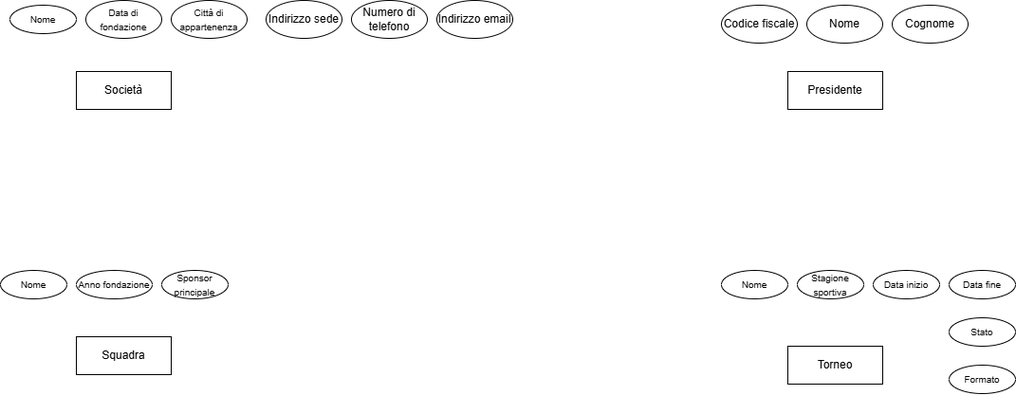
The draw.io diagram Schema E-R.drawio.png in enry04/Progetto_DB_Visentin_Enrico, before a commit. Source tidied: cells renumbered, new cells last; positions are measured from the earlier drawing's top-left corner, leaving out a move shared by most shapes.
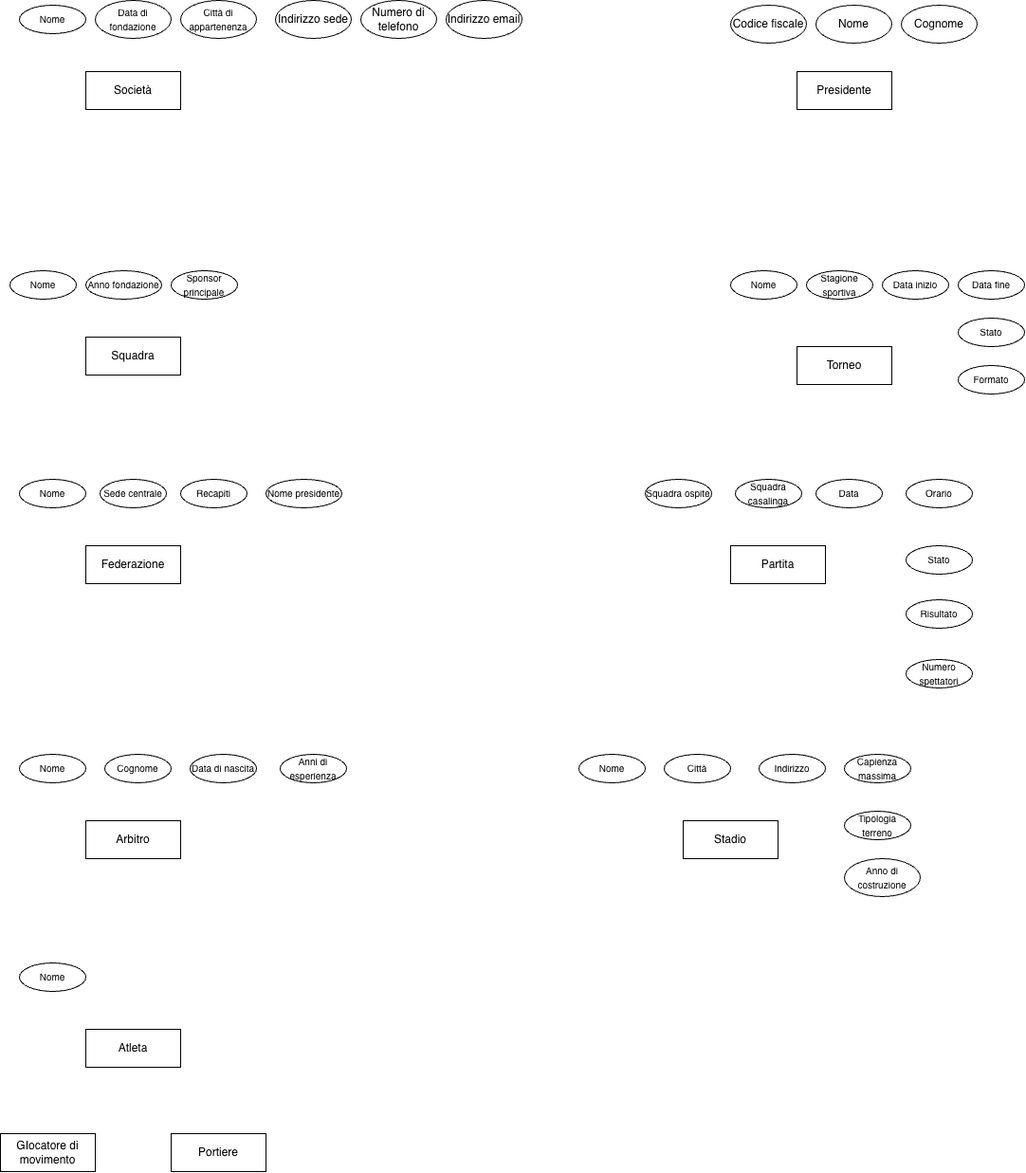
Above is the later version.

The edit, as a diff of the source:
```diff
@@ -68,5 +68,92 @@
     <mxCell id="23" value="&lt;font style=&quot;font-size: 10px;&quot;&gt;Formato&lt;/font&gt;" style="ellipse;whiteSpace=wrap;html=1;align=center;" parent="1" vertex="1">
       <mxGeometry x="1000" y="385" width="70" height="30" as="geometry" />
     </mxCell>
+    <mxCell id="24" value="Federazione" style="whiteSpace=wrap;html=1;align=center;" parent="1" vertex="1">
+      <mxGeometry x="80" y="575" width="100" height="40" as="geometry" />
+    </mxCell>
+    <mxCell id="25" value="&lt;font style=&quot;font-size: 10px;&quot;&gt;Nome&lt;/font&gt;" style="ellipse;whiteSpace=wrap;html=1;align=center;" parent="1" vertex="1">
+      <mxGeometry x="10" y="505" width="70" height="30" as="geometry" />
+    </mxCell>
+    <mxCell id="26" value="&lt;font style=&quot;font-size: 10px;&quot;&gt;Sede centrale&lt;/font&gt;&lt;span style=&quot;color: rgba(0, 0, 0, 0); font-family: monospace; font-size: 0px; text-align: start; white-space: nowrap;&quot;&gt;%3CmxGraphModel%3E%3Croot%3E%3CmxCell%20id%3D%220%22%2F%3E%3CmxCell%20id%3D%221%22%20parent%3D%220%22%2F%3E%3CmxCell%20id%3D%222%22%20parent%3D%221%22%20style%3D%22ellipse%3BwhiteSpace%3Dwrap%3Bhtml%3D1%3Balign%3Dcenter%3B%22%20value%3D%22%26lt%3Bfont%20style%3D%26quot%3Bfont-size%3A%2010px%3B%26quot%3B%26gt%3BNome%26lt%3B%2Ffont%26gt%3B%22%20vertex%3D%221%22%3E%3CmxGeometry%20height%3D%2230%22%20width%3D%2270%22%20x%3D%2230%22%20y%3D%22450%22%20as%3D%22geometry%22%2F%3E%3C%2FmxCell%3E%3C%2Froot%3E%3C%2FmxGraphModel%3E&lt;/span&gt;" style="ellipse;whiteSpace=wrap;html=1;align=center;" parent="1" vertex="1">
+      <mxGeometry x="95" y="505" width="70" height="30" as="geometry" />
+    </mxCell>
+    <mxCell id="27" value="&lt;font style=&quot;font-size: 10px;&quot;&gt;Recapiti&lt;/font&gt;" style="ellipse;whiteSpace=wrap;html=1;align=center;" parent="1" vertex="1">
+      <mxGeometry x="180" y="505" width="70" height="30" as="geometry" />
+    </mxCell>
+    <mxCell id="28" value="&lt;span style=&quot;font-size: 10px;&quot;&gt;Nome presidente&lt;/span&gt;" style="ellipse;whiteSpace=wrap;html=1;align=center;" parent="1" vertex="1">
+      <mxGeometry x="270" y="505" width="80" height="30" as="geometry" />
+    </mxCell>
+    <mxCell id="29" value="Partita" style="whiteSpace=wrap;html=1;align=center;" parent="1" vertex="1">
+      <mxGeometry x="760" y="575" width="100" height="40" as="geometry" />
+    </mxCell>
+    <mxCell id="30" value="&lt;font style=&quot;font-size: 10px;&quot;&gt;Squadra ospite&lt;/font&gt;" style="ellipse;whiteSpace=wrap;html=1;align=center;" parent="1" vertex="1">
+      <mxGeometry x="670" y="505" width="70" height="30" as="geometry" />
+    </mxCell>
+    <mxCell id="31" value="&lt;font style=&quot;font-size: 10px;&quot;&gt;Squadra casalinga&lt;/font&gt;" style="ellipse;whiteSpace=wrap;html=1;align=center;" parent="1" vertex="1">
+      <mxGeometry x="765" y="505" width="70" height="30" as="geometry" />
+    </mxCell>
+    <mxCell id="32" value="Arbitro" style="whiteSpace=wrap;html=1;align=center;" parent="1" vertex="1">
+      <mxGeometry x="80" y="865" width="100" height="40" as="geometry" />
+    </mxCell>
+    <mxCell id="33" value="&lt;font style=&quot;font-size: 10px;&quot;&gt;Nome&lt;/font&gt;" style="ellipse;whiteSpace=wrap;html=1;align=center;" parent="1" vertex="1">
+      <mxGeometry x="10" y="795" width="70" height="30" as="geometry" />
+    </mxCell>
+    <mxCell id="34" value="&lt;font style=&quot;font-size: 10px;&quot;&gt;Data&lt;/font&gt;" style="ellipse;whiteSpace=wrap;html=1;align=center;" parent="1" vertex="1">
+      <mxGeometry x="850" y="505" width="70" height="30" as="geometry" />
+    </mxCell>
+    <mxCell id="35" value="&lt;font style=&quot;font-size: 10px;&quot;&gt;Orario&lt;/font&gt;" style="ellipse;whiteSpace=wrap;html=1;align=center;" parent="1" vertex="1">
+      <mxGeometry x="945" y="505" width="70" height="30" as="geometry" />
+    </mxCell>
+    <mxCell id="36" value="&lt;font style=&quot;font-size: 10px;&quot;&gt;Stato&lt;/font&gt;" style="ellipse;whiteSpace=wrap;html=1;align=center;" parent="1" vertex="1">
+      <mxGeometry x="945" y="575" width="70" height="30" as="geometry" />
+    </mxCell>
+    <mxCell id="37" value="&lt;font style=&quot;font-size: 10px;&quot;&gt;Risultato&lt;/font&gt;" style="ellipse;whiteSpace=wrap;html=1;align=center;" parent="1" vertex="1">
+      <mxGeometry x="945" y="632" width="70" height="30" as="geometry" />
+    </mxCell>
+    <mxCell id="38" value="&lt;font style=&quot;font-size: 10px;&quot;&gt;Numero spettatori&lt;/font&gt;" style="ellipse;whiteSpace=wrap;html=1;align=center;" parent="1" vertex="1">
+      <mxGeometry x="945" y="695" width="70" height="30" as="geometry" />
+    </mxCell>
+    <mxCell id="39" value="&lt;font style=&quot;font-size: 10px;&quot;&gt;Cognome&lt;/font&gt;" style="ellipse;whiteSpace=wrap;html=1;align=center;" parent="1" vertex="1">
+      <mxGeometry x="100" y="795" width="70" height="30" as="geometry" />
+    </mxCell>
+    <mxCell id="40" value="&lt;font style=&quot;font-size: 10px;&quot;&gt;Data di nascita&lt;/font&gt;" style="ellipse;whiteSpace=wrap;html=1;align=center;" parent="1" vertex="1">
+      <mxGeometry x="190" y="795" width="70" height="30" as="geometry" />
+    </mxCell>
+    <mxCell id="41" value="&lt;font style=&quot;font-size: 10px;&quot;&gt;Anni di esperienza&lt;/font&gt;" style="ellipse;whiteSpace=wrap;html=1;align=center;" parent="1" vertex="1">
+      <mxGeometry x="285" y="795" width="70" height="30" as="geometry" />
+    </mxCell>
+    <mxCell id="42" value="Stadio" style="whiteSpace=wrap;html=1;align=center;" parent="1" vertex="1">
+      <mxGeometry x="710" y="865" width="100" height="40" as="geometry" />
+    </mxCell>
+    <mxCell id="43" value="&lt;font style=&quot;font-size: 10px;&quot;&gt;Nome&lt;/font&gt;" style="ellipse;whiteSpace=wrap;html=1;align=center;" parent="1" vertex="1">
+      <mxGeometry x="600" y="795" width="70" height="30" as="geometry" />
+    </mxCell>
+    <mxCell id="44" value="&lt;font style=&quot;font-size: 10px;&quot;&gt;Città&lt;/font&gt;&lt;span style=&quot;color: rgba(0, 0, 0, 0); font-family: monospace; font-size: 0px; text-align: start; white-space: nowrap;&quot;&gt;%3CmxGraphModel%3E%3Croot%3E%3CmxCell%20id%3D%220%22%2F%3E%3CmxCell%20id%3D%221%22%20parent%3D%220%22%2F%3E%3CmxCell%20id%3D%222%22%20parent%3D%221%22%20style%3D%22ellipse%3BwhiteSpace%3Dwrap%3Bhtml%3D1%3Balign%3Dcenter%3B%22%20value%3D%22%26lt%3Bfont%20style%3D%26quot%3Bfont-size%3A%2010px%3B%26quot%3B%26gt%3BAnni%20di%20esperienza%26lt%3B%2Ffont%26gt%3B%22%20vertex%3D%221%22%3E%3CmxGeometry%20height%3D%2230%22%20width%3D%2270%22%20x%3D%22315%22%20y%3D%22960%22%20as%3D%22geometry%22%2F%3E%3C%2FmxCell%3E%3C%2Froot%3E%3C%2FmxGraphModel%3E&lt;/span&gt;" style="ellipse;whiteSpace=wrap;html=1;align=center;" parent="1" vertex="1">
+      <mxGeometry x="690" y="795" width="70" height="30" as="geometry" />
+    </mxCell>
+    <mxCell id="45" value="&lt;font style=&quot;font-size: 10px;&quot;&gt;Indirizzo&lt;/font&gt;" style="ellipse;whiteSpace=wrap;html=1;align=center;" parent="1" vertex="1">
+      <mxGeometry x="790" y="795" width="70" height="30" as="geometry" />
+    </mxCell>
+    <mxCell id="46" value="&lt;font style=&quot;font-size: 10px;&quot;&gt;Capienza massima&lt;/font&gt;" style="ellipse;whiteSpace=wrap;html=1;align=center;" parent="1" vertex="1">
+      <mxGeometry x="880" y="795" width="70" height="30" as="geometry" />
+    </mxCell>
+    <mxCell id="47" value="&lt;font style=&quot;font-size: 10px;&quot;&gt;Tipologia terreno&lt;/font&gt;" style="ellipse;whiteSpace=wrap;html=1;align=center;" parent="1" vertex="1">
+      <mxGeometry x="880" y="855" width="70" height="30" as="geometry" />
+    </mxCell>
+    <mxCell id="48" value="&lt;font style=&quot;font-size: 10px;&quot;&gt;Anno di costruzione&lt;/font&gt;" style="ellipse;whiteSpace=wrap;html=1;align=center;" parent="1" vertex="1">
+      <mxGeometry x="880" y="905" width="80" height="40" as="geometry" />
+    </mxCell>
+    <mxCell id="49" value="Atleta" style="whiteSpace=wrap;html=1;align=center;" parent="1" vertex="1">
+      <mxGeometry x="80" y="1085" width="100" height="40" as="geometry" />
+    </mxCell>
+    <mxCell id="50" value="GIocatore di movimento" style="whiteSpace=wrap;html=1;align=center;" parent="1" vertex="1">
+      <mxGeometry x="-10" y="1195" width="100" height="40" as="geometry" />
+    </mxCell>
+    <mxCell id="51" value="Portiere" style="whiteSpace=wrap;html=1;align=center;" parent="1" vertex="1">
+      <mxGeometry x="170" y="1195" width="100" height="40" as="geometry" />
+    </mxCell>
+    <mxCell id="52" value="&lt;font style=&quot;font-size: 10px;&quot;&gt;Nome&lt;/font&gt;" style="ellipse;whiteSpace=wrap;html=1;align=center;" parent="1" vertex="1">
+      <mxGeometry x="10" y="1015" width="70" height="30" as="geometry" />
+    </mxCell>
   </root>
 </mxGraphModel>
```
